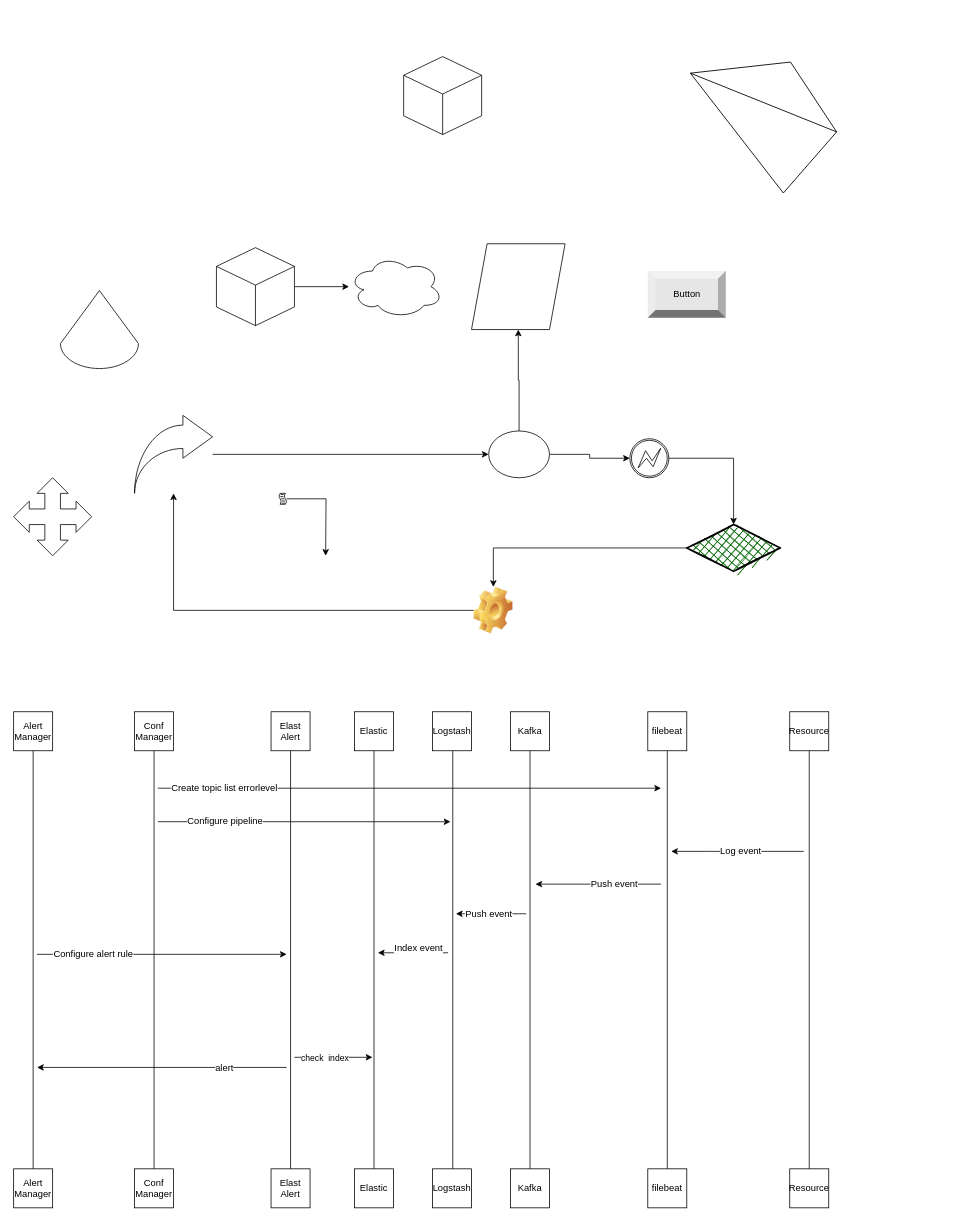
Earlier version of the draw.io diagram filebeat export and alert workflow.drawio (agustincaparros/SoA-Diagrams). Source tidied: cells renumbered, new cells numbered last; positions are measured from the earlier drawing's top-left corner, leaving out a move shared by most shapes. Both pictures are drawn from the tidied source at 78%, with x=0, y=0 at pixel (13, 33).
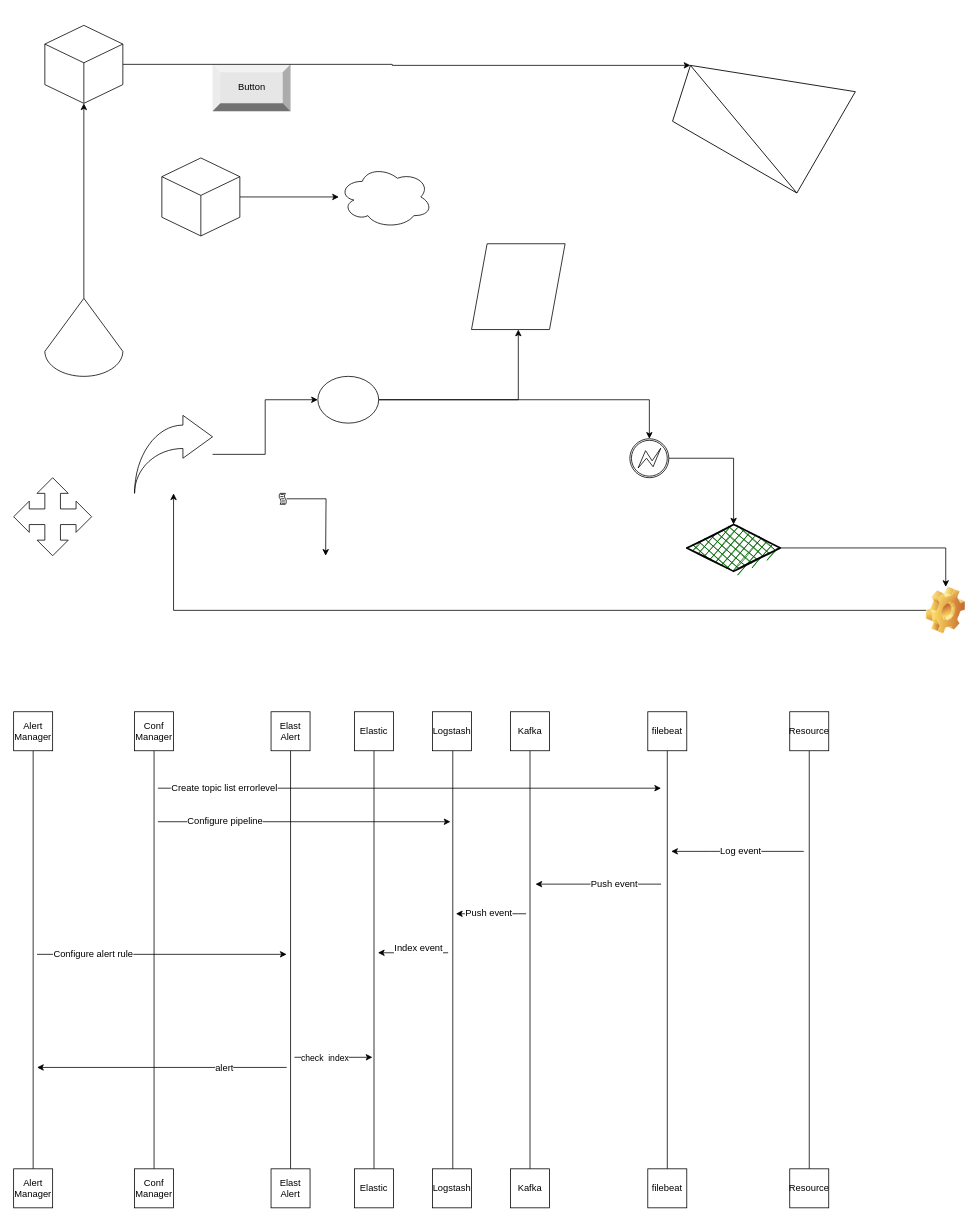
The same page after the edit.

The edit, as a diff of the source:
```diff
@@
     <mxCell id="47" style="ellipse;whiteSpace=wrap;html=1;" parent="1" vertex="1">
-      <mxGeometry x="609" y="510" width="78" height="60" as="geometry" />
+      <mxGeometry x="390" y="440" width="78" height="60" as="geometry" />
     </mxCell>
@@
     <mxCell id="51" style="shape=image;html=1;verticalLabelPosition=bottom;verticalAlign=top;imageAspect=0;image=img/clipart/Gear_128x128.png;" parent="1" vertex="1">
-      <mxGeometry x="590" y="710" width="50" height="60" as="geometry" />
+      <mxGeometry x="1170" y="710" width="50" height="60" as="geometry" />
     </mxCell>
@@
     <mxCell id="54" value="Button" style="labelPosition=center;verticalLabelPosition=middle;align=center;html=1;shape=mxgraph.basic.shaded_button;dx=10;fillColor=#E6E6E6;strokeColor=none;" parent="1" vertex="1">
-      <mxGeometry x="813" y="305" width="100" height="60" as="geometry" />
+      <mxGeometry x="255" y="40" width="100" height="60" as="geometry" />
     </mxCell>
@@
     <mxCell id="59" style="whiteSpace=wrap;html=1;shape=mxgraph.basic.isocube;isoAngle=15;" parent="1" vertex="1">
-      <mxGeometry x="260" y="275" width="100" height="100" as="geometry" />
+      <mxGeometry x="190" y="160" width="100" height="100" as="geometry" />
     </mxCell>
+    <mxCell id="67" style="edgeStyle=orthogonalEdgeStyle;rounded=0;jettySize=auto;html=1;entryX=0;entryY=0;entryDx=73.5;entryDy=0;entryPerimeter=0;" parent="1" edge="1" source="60" target="65">
+      <mxGeometry relative="1" as="geometry" />
+    </mxCell>
     <mxCell id="60" style="whiteSpace=wrap;html=1;shape=mxgraph.basic.isocube;isoAngle=15;" parent="1" vertex="1">
-      <mxGeometry x="500" y="30" width="100" height="100" as="geometry" />
+      <mxGeometry x="40" y="-10" width="100" height="100" as="geometry" />
     </mxCell>
@@
     <mxCell id="64" style="ellipse;shape=cloud;whiteSpace=wrap;html=1;" parent="1" vertex="1">
-      <mxGeometry x="430" y="285" width="120" height="80" as="geometry" />
+      <mxGeometry x="417" y="170" width="120" height="80" as="geometry" />
     </mxCell>
-    <mxCell id="65" style="verticalLabelPosition=bottom;verticalAlign=top;html=1;shape=mxgraph.basic.pyramid;dx1=0.49;dx2=0.68;dy1=0.9;dy2=0.52;rotation=-60;" parent="1" vertex="1">
-      <mxGeometry x="880" width="150" height="200" as="geometry" />
+    <mxCell id="65" style="verticalLabelPosition=bottom;verticalAlign=top;html=1;shape=mxgraph.basic.pyramid;dx1=0.49;dx2=0;dy1=0.08;dy2=1;rotation=-60;" parent="1" vertex="1">
+      <mxGeometry x="880" y="-10" width="150" height="200" as="geometry" />
     </mxCell>
+    <mxCell id="68" style="edgeStyle=orthogonalEdgeStyle;rounded=0;jettySize=auto;html=1;entryX=0.5;entryY=1;entryDx=0;entryDy=0;entryPerimeter=0;" parent="1" edge="1" source="66" target="60">
+      <mxGeometry relative="1" as="geometry" />
+    </mxCell>
     <mxCell id="66" style="verticalLabelPosition=bottom;verticalAlign=top;html=1;shape=mxgraph.basic.cone2;dx=0.5;dy=0.68;" parent="1" vertex="1">
-      <mxGeometry x="60" y="330" width="100" height="100" as="geometry" />
+      <mxGeometry x="40" y="340" width="100" height="100" as="geometry" />
     </mxCell>
```
